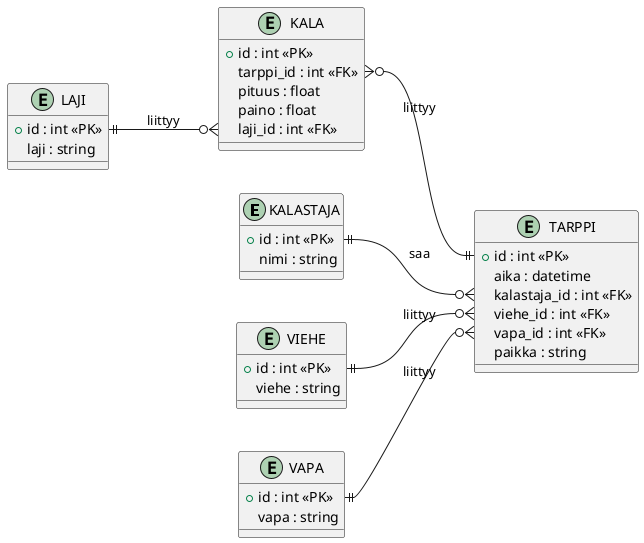
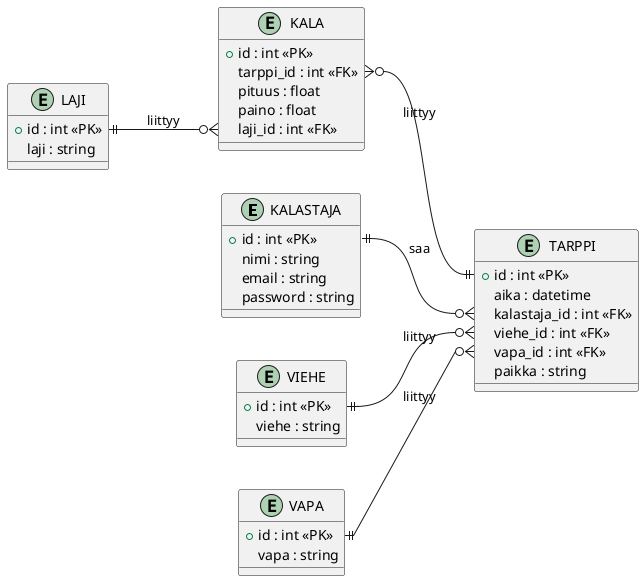
@startuml kalastus
left to right direction

entity KALASTAJA {
  +id : int <<PK>>
  nimi : string
+   email : string
+   password : string
}

entity TARPPI {
  +id : int <<PK>>
  aika : datetime
  kalastaja_id : int <<FK>>
  viehe_id : int <<FK>>
  vapa_id : int <<FK>>
  paikka : string
}

entity VIEHE {
  +id : int <<PK>>
  viehe : string
}

entity VAPA {
  +id : int <<PK>>
  vapa : string
}

entity KALA {
  +id : int <<PK>>
  tarppi_id : int <<FK>>
  pituus : float
  paino : float
  laji_id : int <<FK>>
}

entity LAJI {
  +id : int <<PK>>
  laji : string
}

' suhteet: kentästä kenttään
KALASTAJA::id ||--o{ TARPPI::kalastaja_id : saa
VIEHE::id     ||--o{ TARPPI::viehe_id    : liittyy
VAPA::id      ||--o{ TARPPI::vapa_id     : liittyy
KALA::tarppi_id  }o--|| TARPPI::id     : liittyy
' TARPPI::id ||--|| KALA::tarppi_id : saa
LAJI::id   ||--o{ KALA::laji_id   : liittyy

@enduml